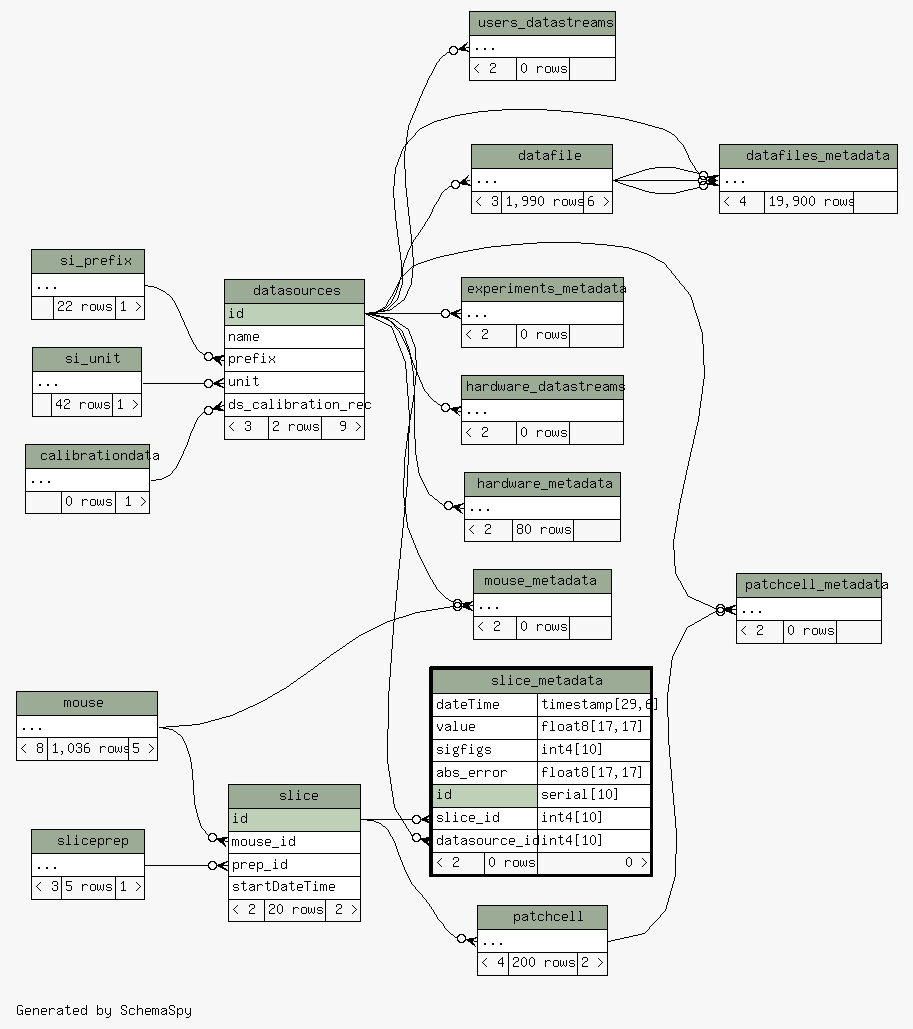
tgbugs/mlab keeps this Graphviz diagram as database/ss/diagrams/slice_metadata.2degrees.png. Above is the earlier version. Its source is kept beside it as database/ss/diagrams/slice_metadata.2degrees.dot.
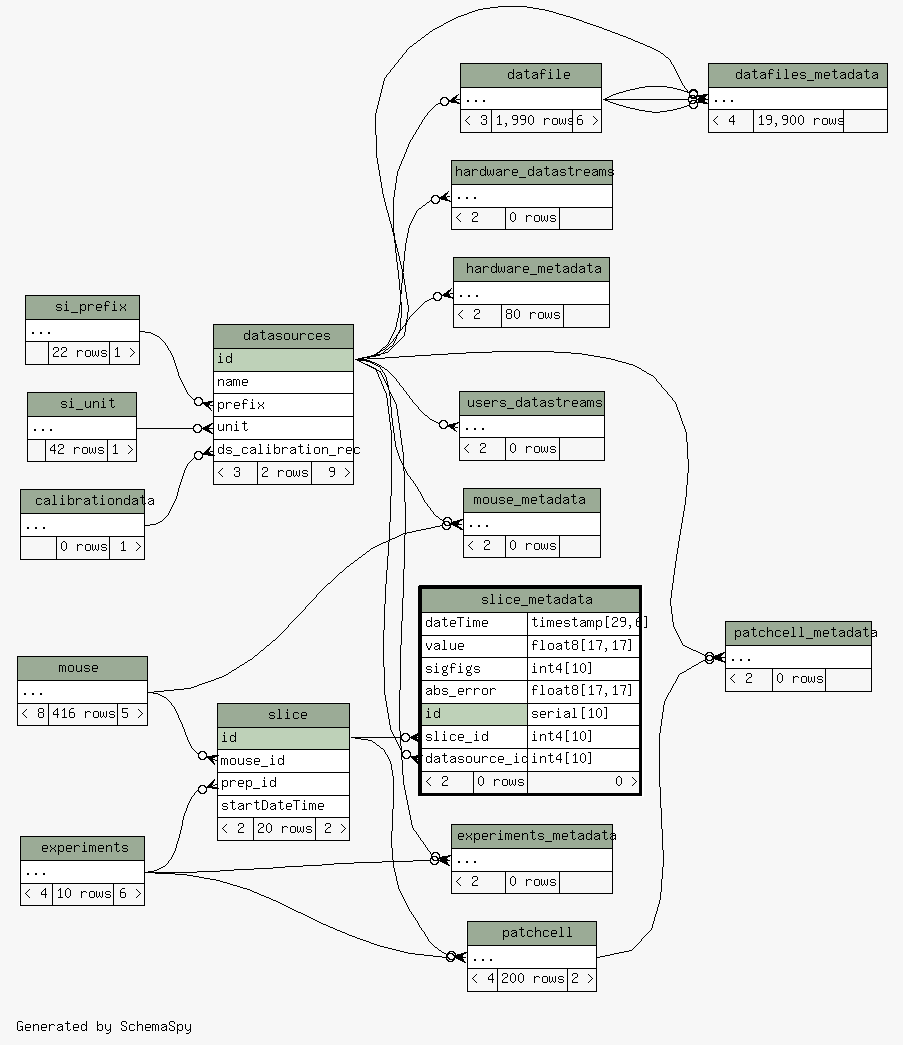
Later version of the same file.

Diff of the diagram source:
```diff
@@ -26,15 +26,17 @@
   "datasources":"prefix":w -> "si_prefix":"elipses":e [arrowhead=none dir=back arrowtail=crowodot];
   "datasources":"unit":w -> "si_unit":"elipses":e [arrowhead=none dir=back arrowtail=crowodot];
   "experiments_metadata":"elipses":w -> "datasources":"id":e [arrowhead=none dir=back arrowtail=crowodot];
+  "experiments_metadata":"elipses":w -> "experiments":"elipses":e [arrowhead=none dir=back arrowtail=crowodot];
   "hardware_datastreams":"elipses":w -> "datasources":"id":e [arrowhead=none dir=back arrowtail=crowodot];
   "hardware_metadata":"elipses":w -> "datasources":"id":e [arrowhead=none dir=back arrowtail=crowodot];
   "mouse_metadata":"elipses":w -> "datasources":"id":e [arrowhead=none dir=back arrowtail=crowodot];
   "mouse_metadata":"elipses":w -> "mouse":"elipses":e [arrowhead=none dir=back arrowtail=crowodot];
+  "patchcell":"elipses":w -> "experiments":"elipses":e [arrowhead=none dir=back arrowtail=crowodot];
   "patchcell":"elipses":w -> "slice":"id":e [arrowhead=none dir=back arrowtail=crowodot];
   "patchcell_metadata":"elipses":w -> "datasources":"id":e [arrowhead=none dir=back arrowtail=crowodot];
   "patchcell_metadata":"elipses":w -> "patchcell":"elipses":e [arrowhead=none dir=back arrowtail=crowodot];
   "slice":"mouse_id":w -> "mouse":"elipses":e [arrowhead=none dir=back arrowtail=crowodot];
-  "slice":"prep_id":w -> "sliceprep":"elipses":e [arrowhead=none dir=back arrowtail=crowodot];
+  "slice":"prep_id":w -> "experiments":"elipses":e [arrowhead=none dir=back arrowtail=crowodot];
   "slice_metadata":"datasource_id":w -> "datasources":"id":e [arrowhead=none dir=back arrowtail=crowodot];
   "slice_metadata":"slice_id":w -> "slice":"id":e [arrowhead=none dir=back arrowtail=crowodot];
   "users_datastreams":"elipses":w -> "datasources":"id":e [arrowhead=none dir=back arrowtail=crowodot];
@@ -82,6 +84,16 @@
     URL="datasources.html"
     tooltip="datasources"
   ];
+  "experiments" [
+    label=<
+    <TABLE BORDER="0" CELLBORDER="1" CELLSPACING="0" BGCOLOR="#ffffff">
+      <TR><TD COLSPAN="3" BGCOLOR="#9bab96" ALIGN="CENTER">experiments</TD></TR>
+      <TR><TD PORT="elipses" COLSPAN="3" ALIGN="LEFT">...</TD></TR>
+      <TR><TD ALIGN="LEFT" BGCOLOR="#f7f7f7">&lt; 4</TD><TD ALIGN="RIGHT" BGCOLOR="#f7f7f7">10 rows</TD><TD ALIGN="RIGHT" BGCOLOR="#f7f7f7">6 &gt;</TD></TR>
+    </TABLE>>
+    URL="experiments.html"
+    tooltip="experiments"
+  ];
   "experiments_metadata" [
     label=<
     <TABLE BORDER="0" CELLBORDER="1" CELLSPACING="0" BGCOLOR="#ffffff">
@@ -117,7 +129,7 @@
     <TABLE BORDER="0" CELLBORDER="1" CELLSPACING="0" BGCOLOR="#ffffff">
       <TR><TD COLSPAN="3" BGCOLOR="#9bab96" ALIGN="CENTER">mouse</TD></TR>
       <TR><TD PORT="elipses" COLSPAN="3" ALIGN="LEFT">...</TD></TR>
-      <TR><TD ALIGN="LEFT" BGCOLOR="#f7f7f7">&lt; 8</TD><TD ALIGN="RIGHT" BGCOLOR="#f7f7f7">1,036 rows</TD><TD ALIGN="RIGHT" BGCOLOR="#f7f7f7">5 &gt;</TD></TR>
+      <TR><TD ALIGN="LEFT" BGCOLOR="#f7f7f7">&lt; 8</TD><TD ALIGN="RIGHT" BGCOLOR="#f7f7f7">416 rows</TD><TD ALIGN="RIGHT" BGCOLOR="#f7f7f7">5 &gt;</TD></TR>
     </TABLE>>
     URL="mouse.html"
     tooltip="mouse"
@@ -201,16 +213,6 @@
     URL="slice_metadata.html"
     tooltip="slice_metadata"
   ];
-  "sliceprep" [
-    label=<
-    <TABLE BORDER="0" CELLBORDER="1" CELLSPACING="0" BGCOLOR="#ffffff">
-      <TR><TD COLSPAN="3" BGCOLOR="#9bab96" ALIGN="CENTER">sliceprep</TD></TR>
-      <TR><TD PORT="elipses" COLSPAN="3" ALIGN="LEFT">...</TD></TR>
-      <TR><TD ALIGN="LEFT" BGCOLOR="#f7f7f7">&lt; 3</TD><TD ALIGN="RIGHT" BGCOLOR="#f7f7f7">5 rows</TD><TD ALIGN="RIGHT" BGCOLOR="#f7f7f7">1 &gt;</TD></TR>
-    </TABLE>>
-    URL="sliceprep.html"
-    tooltip="sliceprep"
-  ];
   "users_datastreams" [
     label=<
     <TABLE BORDER="0" CELLBORDER="1" CELLSPACING="0" BGCOLOR="#ffffff">
```
